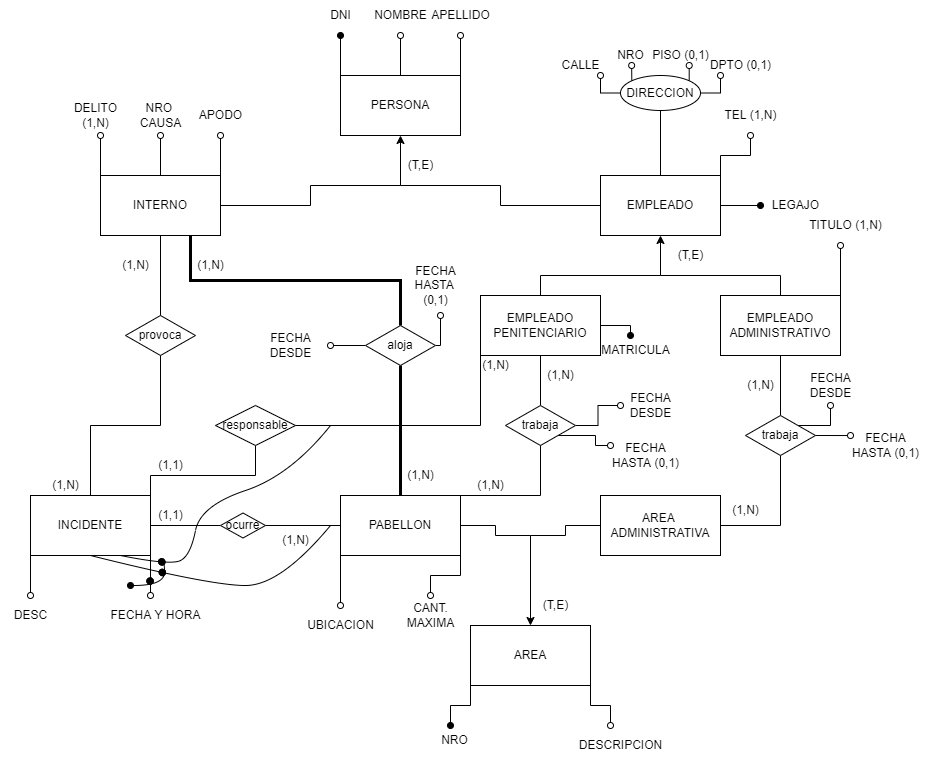
The draw.io diagram PRACTICA 2/Parte1/Ejercicio3/Ejercicio3-conceptual.png in agusrnfr/DBD, before a commit. Source tidied: cells renumbered, new cells last; positions are measured from the earlier drawing's top-left corner, leaving out a move shared by most shapes.
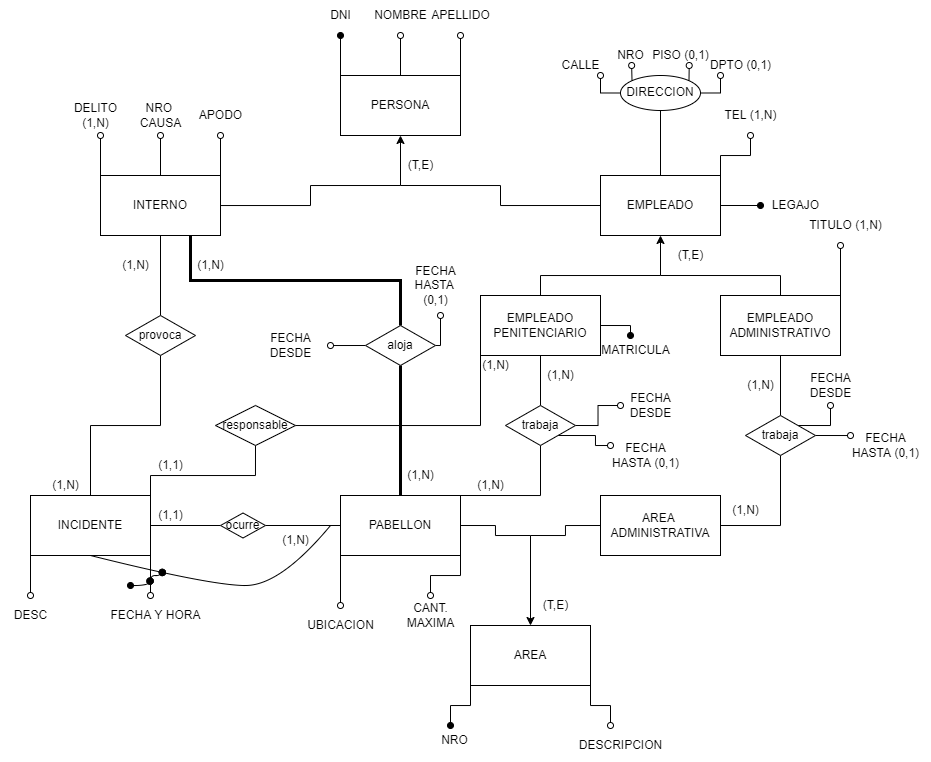
After the change.

Change to the diagram source:
```diff
@@ -402,17 +402,6 @@
     <mxCell id="106" value="(1,N)" style="text;html=1;align=center;verticalAlign=middle;strokeColor=none;fillColor=none;" parent="1" vertex="1">
       <mxGeometry x="270" y="525" width="50" height="30" as="geometry" />
     </mxCell>
-    <mxCell id="107" style="curved=1;endArrow=none;html=1;rounded=0;strokeWidth=1;endFill=0;exitX=0.75;exitY=1;exitDx=0;exitDy=0;" parent="1" edge="1" source="22">
-      <mxGeometry relative="1" as="geometry">
-        <mxPoint x="330" y="425" as="targetPoint" />
-        <Array as="points">
-          <mxPoint x="170" y="565" />
-          <mxPoint x="190" y="555" />
-          <mxPoint x="200" y="505" />
-          <mxPoint x="290" y="475" />
-        </Array>
-      </mxGeometry>
-    </mxCell>
     <mxCell id="108" style="curved=1;endArrow=none;html=1;rounded=0;strokeWidth=1;endFill=0;exitX=0.5;exitY=1;exitDx=0;exitDy=0;" parent="1" edge="1" source="22">
       <mxGeometry relative="1" as="geometry">
         <mxPoint x="330" y="525" as="targetPoint" />
@@ -422,21 +411,20 @@
         </Array>
       </mxGeometry>
     </mxCell>
-    <mxCell id="109" style="shape=(stored shape, 632 characters);lineShape=1;" parent="1" vertex="1">
-      <mxGeometry x="158" y="558.1" width="6.5" height="6.5" as="geometry" />
-    </mxCell>
     <mxCell id="110" style="shape=(stored shape, 632 characters);lineShape=1;" parent="1" vertex="1">
       <mxGeometry x="158.6" y="568.7" width="6.5" height="6.5" as="geometry" />
     </mxCell>
     <mxCell id="111" style="shape=(stored shape, 632 characters);lineShape=1;" parent="1" vertex="1">
       <mxGeometry x="146.4" y="577.3" width="6.5" height="6.5" as="geometry" />
     </mxCell>
-    <mxCell id="112" style="endArrow=none;html=1;rounded=0;strokeWidth=1;edgeStyle=orthogonalEdgeStyle;curved=1;startArrow=oval;startFill=1;entryX=0.307;entryY=0.017;entryDx=0;entryDy=0;entryPerimeter=0;" parent="1" edge="1" target="109">
+    <mxCell id="112" style="endArrow=none;html=1;rounded=0;strokeWidth=1;edgeStyle=orthogonalEdgeStyle;curved=1;startArrow=oval;startFill=1;entryX=0.832;entryY=0.257;entryDx=0;entryDy=0;entryPerimeter=0;" parent="1" edge="1" target="110">
       <mxGeometry relative="1" as="geometry">
         <mxPoint x="130" y="585" as="sourcePoint" />
         <Array as="points">
-          <mxPoint x="164" y="585" />
-          <mxPoint x="164" y="558" />
+          <mxPoint x="150" y="585" />
+          <mxPoint x="150" y="575" />
+          <mxPoint x="160" y="575" />
+          <mxPoint x="160" y="570" />
         </Array>
       </mxGeometry>
     </mxCell>
```
